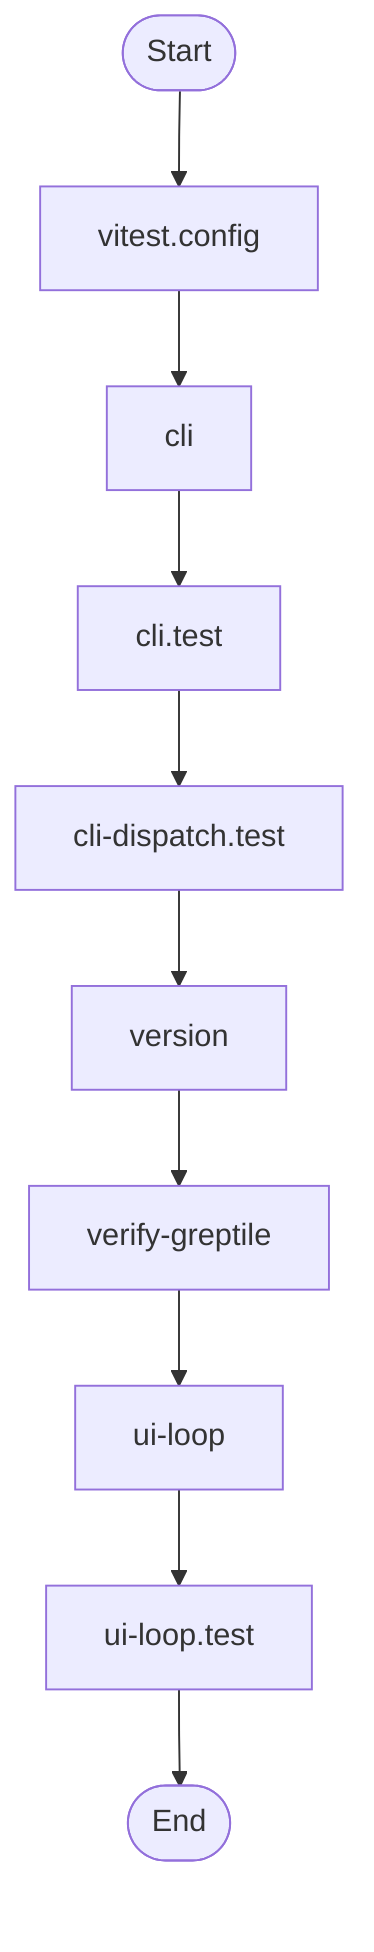
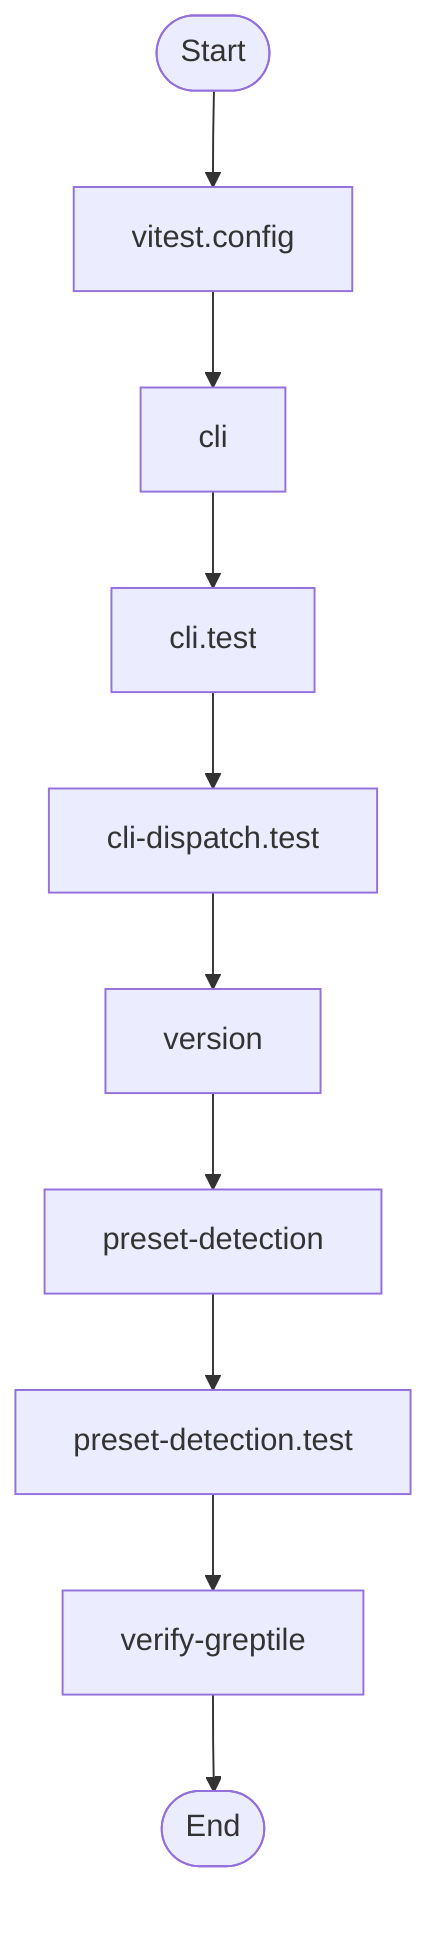
flowchart TD
  Start(["Start"])
  vitest_config_a9f1245e["vitest.config"]
  Start --> vitest_config_a9f1245e
  cli_99bb8840["cli"]
  vitest_config_a9f1245e --> cli_99bb8840
  cli_test_4851f28b["cli.test"]
  cli_99bb8840 --> cli_test_4851f28b
  cli_dispatch_test_54c9f17b["cli-dispatch.test"]
  cli_test_4851f28b --> cli_dispatch_test_54c9f17b
  version_5ca4f385["version"]
  cli_dispatch_test_54c9f17b --> version_5ca4f385
+   preset_detection_b0f00a17["preset-detection"]
+   version_5ca4f385 --> preset_detection_b0f00a17
+   preset_detection_test_13b58525["preset-detection.test"]
+   preset_detection_b0f00a17 --> preset_detection_test_13b58525
  verify_greptile_227190f7["verify-greptile"]
-   version_5ca4f385 --> verify_greptile_227190f7
-   ui_loop_11660889["ui-loop"]
-   verify_greptile_227190f7 --> ui_loop_11660889
-   ui_loop_test_f0eabc42["ui-loop.test"]
-   ui_loop_11660889 --> ui_loop_test_f0eabc42
+   preset_detection_test_13b58525 --> verify_greptile_227190f7
  End(["End"])
-   ui_loop_test_f0eabc42 --> End+   verify_greptile_227190f7 --> End
